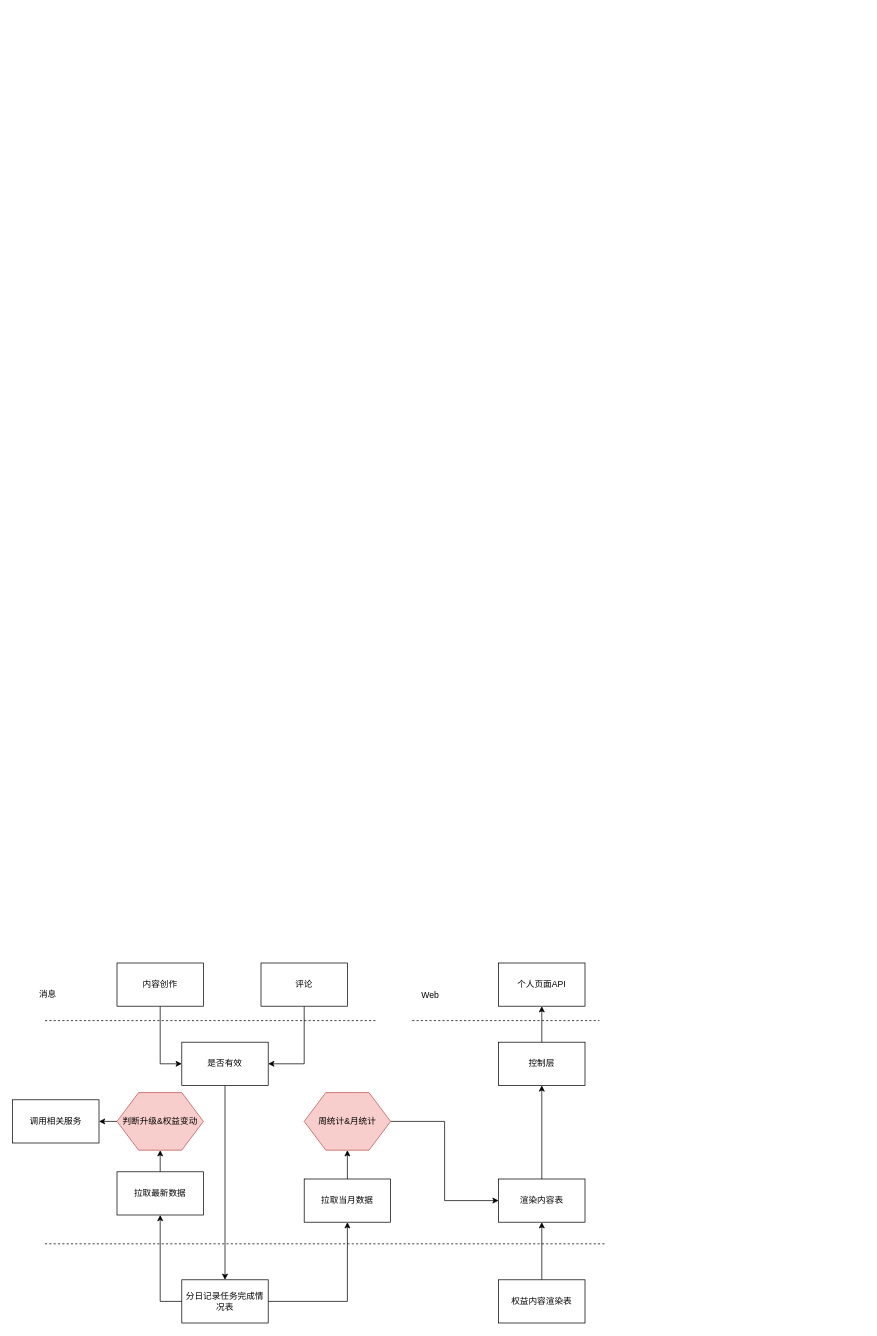
This is Untitled Diagram.drawio from CCyutaotao/CourseTask, a draw.io file, before an edit. Source tidied: cells renumbered, new cells numbered last; positions are measured from the earlier drawing's top-left corner, leaving out a move shared by most shapes. Both pictures are drawn from the tidied source at 72%, with x=0, y=0 at pixel (12, 963).
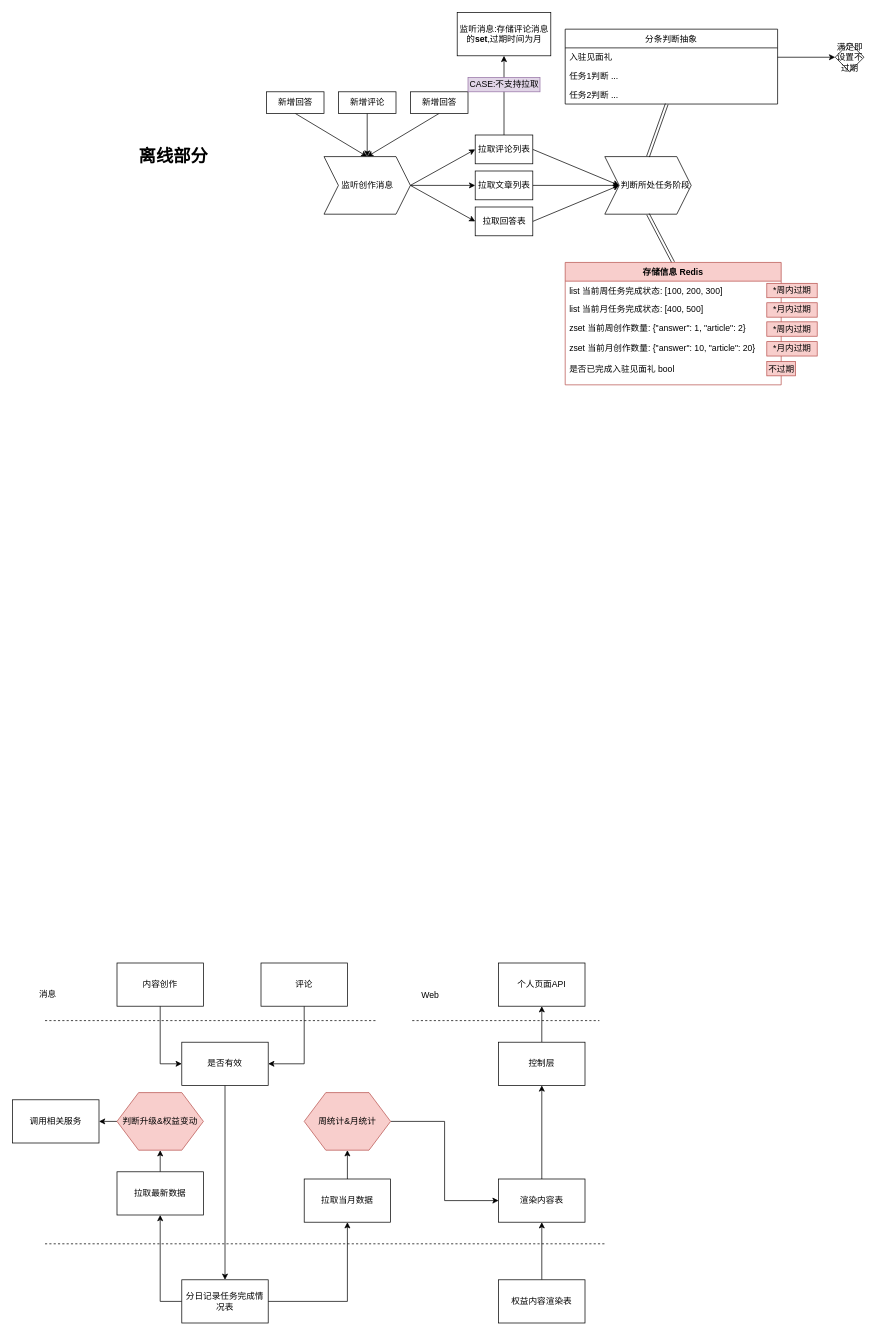
The same page after the edit.

Diff of the diagram source:
```diff
@@
+    <mxCell id="32" style="rounded=0;jettySize=auto;html=1;exitX=0.5;exitY=1;exitDx=0;exitDy=0;entryX=0.5;entryY=0;entryDx=0;entryDy=0;" parent="1" edge="1" source="33" target="42">
+      <mxGeometry relative="1" as="geometry" />
+    </mxCell>
+    <mxCell id="33" value="新增回答" style="rounded=0;whiteSpace=wrap;html=1;" parent="1" vertex="1">
+      <mxGeometry x="352.5" y="-1210" width="80" height="30" as="geometry" />
+    </mxCell>
+    <mxCell id="34" style="edgeStyle=none;rounded=0;jettySize=auto;html=1;exitX=0.5;exitY=1;exitDx=0;exitDy=0;entryX=0.5;entryY=0;entryDx=0;entryDy=0;" parent="1" edge="1" source="35" target="42">
+      <mxGeometry relative="1" as="geometry" />
+    </mxCell>
+    <mxCell id="35" value="新增评论" style="rounded=0;whiteSpace=wrap;html=1;" parent="1" vertex="1">
+      <mxGeometry x="452.5" y="-1210" width="80" height="30" as="geometry" />
+    </mxCell>
+    <mxCell id="36" style="edgeStyle=none;rounded=0;jettySize=auto;html=1;exitX=0.5;exitY=1;exitDx=0;exitDy=0;entryX=0.5;entryY=0;entryDx=0;entryDy=0;" parent="1" edge="1" source="37" target="42">
+      <mxGeometry relative="1" as="geometry" />
+    </mxCell>
+    <mxCell id="37" value="新增回答" style="rounded=0;whiteSpace=wrap;html=1;" parent="1" vertex="1">
+      <mxGeometry x="552.5" y="-1210" width="80" height="30" as="geometry" />
+    </mxCell>
+    <mxCell id="38" value="离线部分" style="text;strokeColor=none;fillColor=none;html=1;fontSize=24;fontStyle=1;verticalAlign=middle;align=center;" parent="1" vertex="1">
+      <mxGeometry x="172.5" y="-1140" width="100" height="40" as="geometry" />
+    </mxCell>
+    <mxCell id="39" style="edgeStyle=none;rounded=0;jettySize=auto;html=1;exitX=1;exitY=0.5;exitDx=0;exitDy=0;entryX=0;entryY=0.5;entryDx=0;entryDy=0;" parent="1" edge="1" source="42" target="45">
+      <mxGeometry relative="1" as="geometry" />
+    </mxCell>
+    <mxCell id="40" style="edgeStyle=none;rounded=0;jettySize=auto;html=1;exitX=1;exitY=0.5;exitDx=0;exitDy=0;entryX=0;entryY=0.5;entryDx=0;entryDy=0;" parent="1" edge="1" source="42" target="47">
+      <mxGeometry relative="1" as="geometry" />
+    </mxCell>
+    <mxCell id="41" style="edgeStyle=none;rounded=0;jettySize=auto;html=1;exitX=1;exitY=0.5;exitDx=0;exitDy=0;entryX=0;entryY=0.5;entryDx=0;entryDy=0;" parent="1" edge="1" source="42" target="49">
+      <mxGeometry relative="1" as="geometry" />
+    </mxCell>
+    <mxCell id="42" value="监听创作消息" style="shape=step;perimeter=stepPerimeter;whiteSpace=wrap;html=1;fixedSize=1;" parent="1" vertex="1">
+      <mxGeometry x="432.5" y="-1120" width="120" height="80" as="geometry" />
+    </mxCell>
+    <mxCell id="43" style="edgeStyle=none;rounded=0;jettySize=auto;html=1;exitX=1;exitY=0.5;exitDx=0;exitDy=0;entryX=0;entryY=0.5;entryDx=0;entryDy=0;" parent="1" edge="1" source="45" target="50">
+      <mxGeometry relative="1" as="geometry" />
+    </mxCell>
+    <mxCell id="44" style="edgeStyle=none;rounded=0;jettySize=auto;html=1;exitX=0.5;exitY=0;exitDx=0;exitDy=0;entryX=0.5;entryY=1;entryDx=0;entryDy=0;" parent="1" edge="1" source="45" target="60">
+      <mxGeometry relative="1" as="geometry" />
+    </mxCell>
+    <mxCell id="45" value="拉取评论列表" style="rounded=0;whiteSpace=wrap;html=1;" parent="1" vertex="1">
+      <mxGeometry x="642.5" y="-1150" width="80" height="40" as="geometry" />
+    </mxCell>
+    <mxCell id="46" style="edgeStyle=none;rounded=0;jettySize=auto;html=1;exitX=1;exitY=0.5;exitDx=0;exitDy=0;entryX=0;entryY=0.5;entryDx=0;entryDy=0;" parent="1" edge="1" source="47" target="50">
+      <mxGeometry relative="1" as="geometry" />
+    </mxCell>
+    <mxCell id="47" value="拉取文章列表" style="rounded=0;whiteSpace=wrap;html=1;" parent="1" vertex="1">
+      <mxGeometry x="642.5" y="-1100" width="80" height="40" as="geometry" />
+    </mxCell>
+    <mxCell id="48" style="edgeStyle=none;rounded=0;jettySize=auto;html=1;exitX=1;exitY=0.5;exitDx=0;exitDy=0;entryX=0;entryY=0.5;entryDx=0;entryDy=0;" parent="1" edge="1" source="49" target="50">
+      <mxGeometry relative="1" as="geometry" />
+    </mxCell>
+    <mxCell id="49" value="拉取回答表" style="rounded=0;whiteSpace=wrap;html=1;" parent="1" vertex="1">
+      <mxGeometry x="642.5" y="-1050" width="80" height="40" as="geometry" />
+    </mxCell>
+    <mxCell id="50" value="&amp;nbsp; &amp;nbsp; &amp;nbsp; 判断所处任务阶段" style="shape=step;perimeter=stepPerimeter;whiteSpace=wrap;html=1;fixedSize=1;" parent="1" vertex="1">
+      <mxGeometry x="822.5" y="-1120" width="120" height="80" as="geometry" />
+    </mxCell>
+    <mxCell id="51" style="shape=link;html=1;entryX=0.5;entryY=1;entryDx=0;entryDy=0;exitX=0.5;exitY=0;exitDx=0;exitDy=0;" parent="1" edge="1" source="52" target="50">
+      <mxGeometry relative="1" as="geometry" />
+    </mxCell>
+    <mxCell id="52" value="存储信息 Redis" style="swimlane;fontStyle=1;horizontal=1;startSize=26;fillColor=#f8cecc;strokeColor=#b85450;" parent="1" vertex="1">
+      <mxGeometry x="767.5" y="-973" width="300" height="170" as="geometry" />
+    </mxCell>
+    <mxCell id="53" value="list 当前周任务完成状态: [100, 200, 300]" style="text;strokeColor=none;fillColor=none;align=left;verticalAlign=top;spacingLeft=4;spacingRight=4;overflow=hidden;" parent="52" vertex="1">
+      <mxGeometry y="26" width="300" height="26" as="geometry" />
+    </mxCell>
+    <mxCell id="54" value="list 当前月任务完成状态: [400, 500]" style="text;strokeColor=none;fillColor=none;align=left;verticalAlign=top;spacingLeft=4;spacingRight=4;overflow=hidden;" parent="52" vertex="1">
+      <mxGeometry y="52" width="300" height="26" as="geometry" />
+    </mxCell>
+    <mxCell id="55" value="zset 当前周创作数量: {&quot;answer&quot;: 1, &quot;article&quot;: 2}&#10;&#10;zset 当前月创作数量: {&quot;answer&quot;: 10, &quot;article&quot;: 20}&#10;&#10;是否已完成入驻见面礼 bool&#10;&#10;&#10;" style="text;strokeColor=none;fillColor=none;align=left;verticalAlign=top;spacingLeft=4;spacingRight=4;overflow=hidden;" parent="52" vertex="1">
+      <mxGeometry y="78" width="300" height="92" as="geometry" />
+    </mxCell>
+    <mxCell id="56" value="*周内过期" style="text;html=1;strokeColor=#b85450;fillColor=#f8cecc;align=center;verticalAlign=middle;whiteSpace=wrap;rounded=0;" parent="1" vertex="1">
+      <mxGeometry x="1047.5" y="-944" width="70" height="20" as="geometry" />
+    </mxCell>
+    <mxCell id="57" value="*月内过期" style="text;html=1;strokeColor=#b85450;fillColor=#f8cecc;align=center;verticalAlign=middle;whiteSpace=wrap;rounded=0;" parent="1" vertex="1">
+      <mxGeometry x="1047.5" y="-863" width="70" height="20" as="geometry" />
+    </mxCell>
+    <mxCell id="58" value="*月内过期" style="text;html=1;strokeColor=#b85450;fillColor=#f8cecc;align=center;verticalAlign=middle;whiteSpace=wrap;rounded=0;" parent="1" vertex="1">
+      <mxGeometry x="1047.5" y="-917" width="70" height="20" as="geometry" />
+    </mxCell>
+    <mxCell id="59" value="*周内过期" style="text;html=1;strokeColor=#b85450;fillColor=#f8cecc;align=center;verticalAlign=middle;whiteSpace=wrap;rounded=0;" parent="1" vertex="1">
+      <mxGeometry x="1047.5" y="-890.5" width="70" height="20" as="geometry" />
+    </mxCell>
+    <mxCell id="60" value="监听消息:存储评论消息的&lt;b&gt;set&lt;/b&gt;,过期时间为月" style="rounded=0;whiteSpace=wrap;html=1;" parent="1" vertex="1">
+      <mxGeometry x="617.5" y="-1320" width="130" height="60" as="geometry" />
+    </mxCell>
+    <mxCell id="61" value="CASE:不支持拉取" style="text;html=1;strokeColor=#9673a6;fillColor=#e1d5e7;align=center;verticalAlign=middle;whiteSpace=wrap;rounded=0;" parent="1" vertex="1">
+      <mxGeometry x="632.5" y="-1230" width="100" height="20" as="geometry" />
+    </mxCell>
+    <mxCell id="62" value="分条判断抽象" style="swimlane;fontStyle=0;horizontal=1;startSize=26;fillColor=none;" parent="1" vertex="1">
+      <mxGeometry x="767.5" y="-1297" width="295" height="104" as="geometry" />
+    </mxCell>
+    <mxCell id="63" value="入驻见面礼" style="text;strokeColor=none;fillColor=none;align=left;verticalAlign=top;spacingLeft=4;spacingRight=4;overflow=hidden;points=[[0,0.5],[1,0.5]];portConstraint=eastwest;" parent="62" vertex="1">
+      <mxGeometry y="26" width="295" height="26" as="geometry" />
+    </mxCell>
+    <mxCell id="64" value="任务1判断 ..." style="text;strokeColor=none;fillColor=none;align=left;verticalAlign=top;spacingLeft=4;spacingRight=4;overflow=hidden;" parent="62" vertex="1">
+      <mxGeometry y="52" width="295" height="26" as="geometry" />
+    </mxCell>
+    <mxCell id="65" value="任务2判断 ..." style="text;strokeColor=none;fillColor=none;align=left;verticalAlign=top;spacingLeft=4;spacingRight=4;overflow=hidden;points=[[0,0.5],[1,0.5]];portConstraint=eastwest;" parent="62" vertex="1">
+      <mxGeometry y="78" width="295" height="26" as="geometry" />
+    </mxCell>
+    <mxCell id="66" style="shape=link;html=1;exitX=0.5;exitY=0;exitDx=0;exitDy=0;entryX=0.478;entryY=1;entryDx=0;entryDy=0;entryPerimeter=0;" parent="1" edge="1" source="50" target="65">
+      <mxGeometry relative="1" as="geometry" />
+    </mxCell>
+    <mxCell id="67" value="满足即设置不过期" style="rhombus;whiteSpace=wrap;html=1;" parent="1" vertex="1">
+      <mxGeometry x="1142.5" y="-1278" width="40" height="40" as="geometry" />
+    </mxCell>
+    <mxCell id="68" style="edgeStyle=none;rounded=0;jettySize=auto;html=1;entryX=0;entryY=0.5;entryDx=0;entryDy=0;" parent="1" edge="1" source="63" target="67">
+      <mxGeometry relative="1" as="geometry" />
+    </mxCell>
+    <mxCell id="69" value="不过期" style="text;html=1;strokeColor=#b85450;fillColor=#f8cecc;align=center;verticalAlign=middle;whiteSpace=wrap;rounded=0;" parent="1" vertex="1">
+      <mxGeometry x="1047.5" y="-835.5" width="40" height="20" as="geometry" />
+    </mxCell>
```
